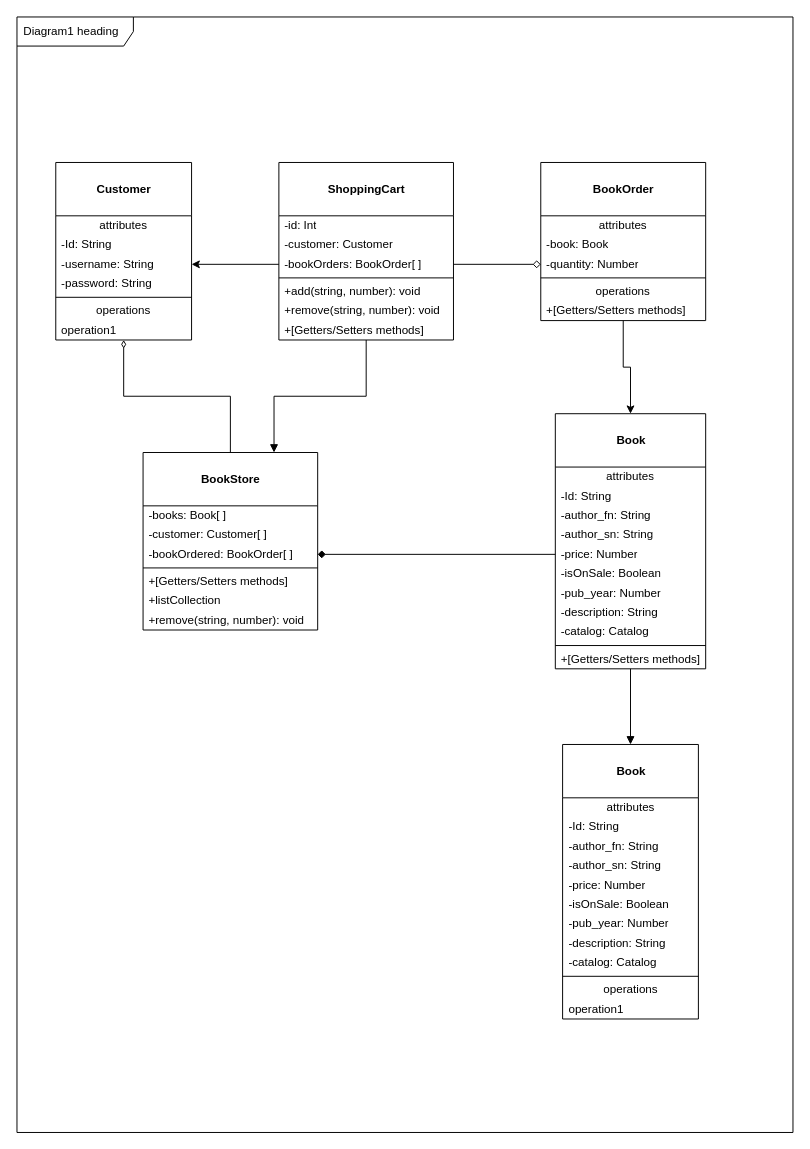
The draw.io diagram page "Class Diagram" (3 of 3) of assignment_01/assignment_01.drawio in DrZIn-dev/SAD-Assignments, before the edit. Source tidied: cells renumbered, new cells numbered last; positions are measured from the earlier drawing's top-left corner, leaving out a move shared by most shapes. Both pictures are drawn from the tidied source at 97%, with x=0, y=0 at pixel (16, 16).
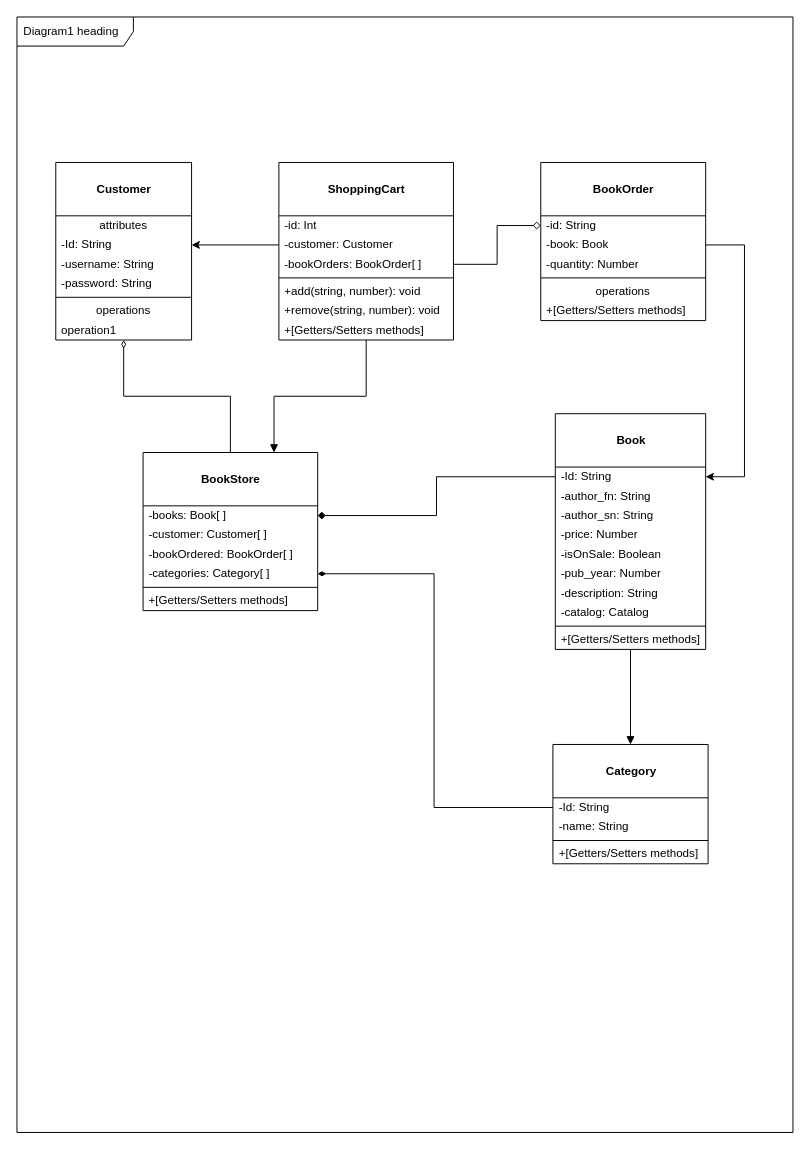
Above is the later version.

Commit message:
Update: er and use case diagram

The change refers to these unchanged cells:
```xml
<mxCell id="5" value="-Id: String" style="text;html=1;strokeColor=none;fillColor=none;align=left;verticalAlign=middle;spacingLeft=4;spacingRight=4;overflow=hidden;points=[[0,0.5],[1,0.5]];portConstraint=eastwest;" parent="3" vertex="1">
  <mxGeometry y="75" width="140" height="20" as="geometry" />
</mxCell>
<mxCell id="6" value="-username: String" style="text;html=1;strokeColor=none;fillColor=none;align=left;verticalAlign=middle;spacingLeft=4;spacingRight=4;overflow=hidden;points=[[0,0.5],[1,0.5]];portConstraint=eastwest;" parent="3" vertex="1">
  <mxGeometry y="95" width="140" height="20" as="geometry" />
</mxCell>
<mxCell id="25" value="&lt;b&gt;&lt;br&gt;BookOrder&lt;/b&gt;" style="swimlane;fontStyle=0;align=center;verticalAlign=top;horizontal=1;startSize=55;html=1;" parent="1" vertex="1">
  <mxGeometry x="540" y="150" width="170" height="163" as="geometry" />
</mxCell>
<mxCell id="27" value="-book: Book" style="text;html=1;strokeColor=none;fillColor=none;align=left;verticalAlign=middle;spacingLeft=4;spacingRight=4;overflow=hidden;points=[[0,0.5],[1,0.5]];portConstraint=eastwest;" parent="25" vertex="1">
  <mxGeometry y="75" width="170" height="20" as="geometry" />
</mxCell>
<mxCell id="28" value="-quantity: Number" style="text;html=1;strokeColor=none;fillColor=none;align=left;verticalAlign=middle;spacingLeft=4;spacingRight=4;overflow=hidden;points=[[0,0.5],[1,0.5]];portConstraint=eastwest;" parent="25" vertex="1">
  <mxGeometry y="95" width="170" height="20" as="geometry" />
</mxCell>
<mxCell id="35" value="-customer: Customer" style="text;html=1;strokeColor=none;fillColor=none;align=left;verticalAlign=middle;spacingLeft=4;spacingRight=4;overflow=hidden;points=[[0,0.5],[1,0.5]];portConstraint=eastwest;" parent="33" vertex="1">
  <mxGeometry y="75" width="180" height="20" as="geometry" />
</mxCell>
<mxCell id="36" value="-bookOrders: BookOrder[ ]" style="text;html=1;strokeColor=none;fillColor=none;align=left;verticalAlign=middle;spacingLeft=4;spacingRight=4;overflow=hidden;points=[[0,0.5],[1,0.5]];portConstraint=eastwest;" parent="33" vertex="1">
  <mxGeometry y="95" width="180" height="20" as="geometry" />
</mxCell>
<mxCell id="45" value="-books: Book[ ]" style="text;html=1;strokeColor=none;fillColor=none;align=left;verticalAlign=middle;spacingLeft=4;spacingRight=4;overflow=hidden;points=[[0,0.5],[1,0.5]];portConstraint=eastwest;" parent="44" vertex="1">
  <mxGeometry y="55" width="180" height="20" as="geometry" />
</mxCell>
<mxCell id="47" value="-bookOrdered: BookOrder[ ]" style="text;html=1;strokeColor=none;fillColor=none;align=left;verticalAlign=middle;spacingLeft=4;spacingRight=4;overflow=hidden;points=[[0,0.5],[1,0.5]];portConstraint=eastwest;" parent="44" vertex="1">
  <mxGeometry y="95" width="180" height="20" as="geometry" />
</mxCell>
```

Diff of the diagram source:
```diff
@@
     <mxCell id="12" value="&lt;b&gt;&lt;br&gt;Book&lt;/b&gt;" style="swimlane;fontStyle=0;align=center;verticalAlign=top;horizontal=1;startSize=55;html=1;" parent="1" vertex="1">
-      <mxGeometry x="555" y="409" width="155" height="263" as="geometry" />
+      <mxGeometry x="555" y="409" width="155" height="243" as="geometry" />
     </mxCell>
-    <mxCell id="13" value="attributes" style="text;html=1;strokeColor=none;fillColor=none;align=center;verticalAlign=middle;spacingLeft=4;spacingRight=4;overflow=hidden;" parent="12" vertex="1">
-      <mxGeometry y="55" width="155" height="20" as="geometry" />
-    </mxCell>
     <mxCell id="14" value="-Id: String" style="text;html=1;strokeColor=none;fillColor=none;align=left;verticalAlign=middle;spacingLeft=4;spacingRight=4;overflow=hidden;points=[[0,0.5],[1,0.5]];portConstraint=eastwest;" parent="12" vertex="1">
-      <mxGeometry y="75" width="155" height="20" as="geometry" />
+      <mxGeometry y="55" width="155" height="20" as="geometry" />
     </mxCell>
     <mxCell id="15" value="-author_fn: String" style="text;html=1;strokeColor=none;fillColor=none;align=left;verticalAlign=middle;spacingLeft=4;spacingRight=4;overflow=hidden;" parent="12" vertex="1">
-      <mxGeometry y="95" width="155" height="20" as="geometry" />
+      <mxGeometry y="75" width="155" height="20" as="geometry" />
     </mxCell>
     <mxCell id="16" value="-author_sn: String" style="text;html=1;strokeColor=none;fillColor=none;align=left;verticalAlign=middle;spacingLeft=4;spacingRight=4;overflow=hidden;" parent="12" vertex="1">
-      <mxGeometry y="115" width="155" height="20" as="geometry" />
+      <mxGeometry y="95" width="155" height="20" as="geometry" />
     </mxCell>
     <mxCell id="17" value="-price: Number" style="text;html=1;strokeColor=none;fillColor=none;align=left;verticalAlign=middle;spacingLeft=4;spacingRight=4;overflow=hidden;points=[[0,0.5],[1,0.5]];portConstraint=eastwest;" parent="12" vertex="1">
-      <mxGeometry y="135" width="155" height="20" as="geometry" />
+      <mxGeometry y="115" width="155" height="20" as="geometry" />
     </mxCell>
     <mxCell id="18" value="-isOnSale: Boolean" style="text;html=1;strokeColor=none;fillColor=none;align=left;verticalAlign=middle;spacingLeft=4;spacingRight=4;overflow=hidden;" parent="12" vertex="1">
-      <mxGeometry y="155" width="155" height="20" as="geometry" />
+      <mxGeometry y="135" width="155" height="20" as="geometry" />
     </mxCell>
     <mxCell id="19" value="-pub_year: Number" style="text;html=1;strokeColor=none;fillColor=none;align=left;verticalAlign=middle;spacingLeft=4;spacingRight=4;overflow=hidden;" parent="12" vertex="1">
-      <mxGeometry y="175" width="155" height="20" as="geometry" />
+      <mxGeometry y="155" width="155" height="20" as="geometry" />
     </mxCell>
     <mxCell id="20" value="-description: String" style="text;html=1;strokeColor=none;fillColor=none;align=left;verticalAlign=middle;spacingLeft=4;spacingRight=4;overflow=hidden;" parent="12" vertex="1">
-      <mxGeometry y="195" width="155" height="20" as="geometry" />
+      <mxGeometry y="175" width="155" height="20" as="geometry" />
     </mxCell>
     <mxCell id="21" value="-catalog: Catalog" style="text;html=1;strokeColor=none;fillColor=none;align=left;verticalAlign=middle;spacingLeft=4;spacingRight=4;overflow=hidden;" parent="12" vertex="1">
-      <mxGeometry y="215" width="155" height="20" as="geometry" />
+      <mxGeometry y="195" width="155" height="20" as="geometry" />
     </mxCell>
     <mxCell id="22" style="line;strokeWidth=1;fillColor=none;align=left;verticalAlign=middle;spacingTop=-1;spacingLeft=3;spacingRight=3;labelPosition=right;" parent="12" vertex="1">
-      <mxGeometry y="235" width="155" height="8" as="geometry" />
+      <mxGeometry y="215" width="155" height="8" as="geometry" />
     </mxCell>
     <mxCell id="23" value="+[Getters/Setters methods]" style="text;html=1;strokeColor=none;fillColor=none;align=left;verticalAlign=middle;spacingLeft=4;spacingRight=4;overflow=hidden;" parent="12" vertex="1">
-      <mxGeometry y="243" width="155" height="20" as="geometry" />
+      <mxGeometry y="223" width="155" height="20" as="geometry" />
     </mxCell>
-    <mxCell id="24" style="edgeStyle=orthogonalEdgeStyle;rounded=0;jettySize=auto;html=1;" parent="1" edge="1" source="25" target="12">
-      <mxGeometry relative="1" as="geometry" />
+    <mxCell id="24" style="edgeStyle=orthogonalEdgeStyle;rounded=0;jettySize=auto;html=1;exitX=1;exitY=0.5;exitDx=0;exitDy=0;entryX=1;entryY=0.5;entryDx=0;entryDy=0;" parent="1" edge="1" source="27" target="14">
+      <mxGeometry relative="1" as="geometry">
+        <Array as="points">
+          <mxPoint x="750" y="235" />
+          <mxPoint x="750" y="474" />
+        </Array>
+      </mxGeometry>
     </mxCell>
@@
-    <mxCell id="26" value="attributes" style="text;html=1;strokeColor=none;fillColor=none;align=center;verticalAlign=middle;spacingLeft=4;spacingRight=4;overflow=hidden;" parent="25" vertex="1">
-      <mxGeometry y="55" width="170" height="20" as="geometry" />
-    </mxCell>
+    <mxCell id="66" value="-id: String" style="text;html=1;strokeColor=none;fillColor=none;align=left;verticalAlign=middle;spacingLeft=4;spacingRight=4;overflow=hidden;points=[[0,0.5],[1,0.5]];portConstraint=eastwest;" parent="25" vertex="1">
+      <mxGeometry y="55" width="170" height="20" as="geometry" />
+    </mxCell>
@@
-    <mxCell id="41" style="edgeStyle=orthogonalEdgeStyle;rounded=0;jettySize=auto;html=1;exitX=0;exitY=0.5;exitDx=0;exitDy=0;entryX=1;entryY=0.5;entryDx=0;entryDy=0;" parent="1" edge="1" source="36" target="6">
+    <mxCell id="41" style="edgeStyle=orthogonalEdgeStyle;rounded=0;jettySize=auto;html=1;exitX=0;exitY=0.5;exitDx=0;exitDy=0;entryX=1;entryY=0.5;entryDx=0;entryDy=0;" parent="1" edge="1" source="35" target="5">
       <mxGeometry relative="1" as="geometry" />
     </mxCell>
-    <mxCell id="42" style="edgeStyle=orthogonalEdgeStyle;rounded=0;jettySize=auto;html=1;exitX=1;exitY=0.5;exitDx=0;exitDy=0;entryX=0;entryY=0.5;entryDx=0;entryDy=0;endArrow=diamond;endFill=0;" parent="1" edge="1" source="36" target="28">
+    <mxCell id="42" style="edgeStyle=orthogonalEdgeStyle;rounded=0;jettySize=auto;html=1;exitX=1;exitY=0.5;exitDx=0;exitDy=0;entryX=0;entryY=0.5;entryDx=0;entryDy=0;endArrow=diamond;endFill=0;" parent="1" edge="1" source="36" target="66">
       <mxGeometry relative="1" as="geometry" />
     </mxCell>
@@
     <mxCell id="44" value="&lt;b&gt;&lt;br&gt;BookStore&lt;/b&gt;" style="swimlane;fontStyle=0;align=center;verticalAlign=top;horizontal=1;startSize=55;html=1;" parent="1" vertex="1">
-      <mxGeometry x="130" y="449" width="180" height="183" as="geometry" />
+      <mxGeometry x="130" y="449" width="180" height="163" as="geometry" />
     </mxCell>
@@
+    <mxCell id="67" value="-categories: Category[ ]" style="text;html=1;strokeColor=none;fillColor=none;align=left;verticalAlign=middle;spacingLeft=4;spacingRight=4;overflow=hidden;points=[[0,0.5],[1,0.5]];portConstraint=eastwest;" parent="44" vertex="1">
+      <mxGeometry y="115" width="180" height="20" as="geometry" />
+    </mxCell>
     <mxCell id="48" style="line;strokeWidth=1;fillColor=none;align=left;verticalAlign=middle;spacingTop=-1;spacingLeft=3;spacingRight=3;labelPosition=right;" parent="44" vertex="1">
-      <mxGeometry y="115" width="180" height="8" as="geometry" />
+      <mxGeometry y="135" width="180" height="8" as="geometry" />
     </mxCell>
     <mxCell id="49" value="+[Getters/Setters methods]" style="text;html=1;strokeColor=none;fillColor=none;align=left;verticalAlign=middle;spacingLeft=4;spacingRight=4;overflow=hidden;" parent="44" vertex="1">
-      <mxGeometry y="123" width="180" height="20" as="geometry" />
+      <mxGeometry y="143" width="180" height="20" as="geometry" />
     </mxCell>
-    <mxCell id="50" value="+listCollection" style="text;html=1;strokeColor=none;fillColor=none;align=left;verticalAlign=middle;spacingLeft=4;spacingRight=4;overflow=hidden;" parent="44" vertex="1">
-      <mxGeometry y="143" width="180" height="20" as="geometry" />
-    </mxCell>
-    <mxCell id="51" value="+remove(string, number): void" style="text;html=1;strokeColor=none;fillColor=none;align=left;verticalAlign=middle;spacingLeft=4;spacingRight=4;overflow=hidden;" parent="44" vertex="1">
-      <mxGeometry y="163" width="180" height="20" as="geometry" />
-    </mxCell>
-    <mxCell id="52" style="edgeStyle=orthogonalEdgeStyle;rounded=0;jettySize=auto;html=1;exitX=0;exitY=0.5;exitDx=0;exitDy=0;entryX=1;entryY=0.5;entryDx=0;entryDy=0;endArrow=diamond;endFill=1;" parent="1" edge="1" source="17" target="47">
+    <mxCell id="52" style="edgeStyle=orthogonalEdgeStyle;rounded=0;jettySize=auto;html=1;exitX=0;exitY=0.5;exitDx=0;exitDy=0;entryX=1;entryY=0.5;entryDx=0;entryDy=0;endArrow=diamond;endFill=1;" parent="1" edge="1" source="14" target="45">
       <mxGeometry relative="1" as="geometry" />
     </mxCell>
+    <mxCell id="68" style="edgeStyle=orthogonalEdgeStyle;rounded=0;jettySize=auto;html=1;entryX=1;entryY=0.5;entryDx=0;entryDy=0;endArrow=diamondThin;endFill=1;exitX=0;exitY=0.5;exitDx=0;exitDy=0;" parent="1" edge="1" target="67">
+      <mxGeometry relative="1" as="geometry">
+        <mxPoint x="552.5" y="815" as="sourcePoint" />
+        <Array as="points">
+          <mxPoint x="430" y="815" />
+          <mxPoint x="430" y="574" />
+        </Array>
+      </mxGeometry>
+    </mxCell>
-    <mxCell id="53" value="&lt;b&gt;&lt;br&gt;Book&lt;/b&gt;" style="swimlane;fontStyle=0;align=center;verticalAlign=top;horizontal=1;startSize=55;html=1;" parent="1" vertex="1">
-      <mxGeometry x="562.5" y="750" width="140" height="283" as="geometry" />
+    <mxCell id="53" value="&lt;b&gt;&lt;br&gt;Category&lt;/b&gt;" style="swimlane;fontStyle=0;align=center;verticalAlign=top;horizontal=1;startSize=55;html=1;" parent="1" vertex="1">
+      <mxGeometry x="552.5" y="750" width="160" height="123" as="geometry" />
     </mxCell>
-    <mxCell id="54" value="attributes" style="text;html=1;strokeColor=none;fillColor=none;align=center;verticalAlign=middle;spacingLeft=4;spacingRight=4;overflow=hidden;" parent="53" vertex="1">
-      <mxGeometry y="55" width="140" height="20" as="geometry" />
-    </mxCell>
     <mxCell id="55" value="-Id: String" style="text;html=1;strokeColor=none;fillColor=none;align=left;verticalAlign=middle;spacingLeft=4;spacingRight=4;overflow=hidden;" parent="53" vertex="1">
-      <mxGeometry y="75" width="140" height="20" as="geometry" />
+      <mxGeometry y="55" width="160" height="20" as="geometry" />
     </mxCell>
-    <mxCell id="56" value="-author_fn: String" style="text;html=1;strokeColor=none;fillColor=none;align=left;verticalAlign=middle;spacingLeft=4;spacingRight=4;overflow=hidden;" parent="53" vertex="1">
-      <mxGeometry y="95" width="140" height="20" as="geometry" />
+    <mxCell id="56" value="-name: String" style="text;html=1;strokeColor=none;fillColor=none;align=left;verticalAlign=middle;spacingLeft=4;spacingRight=4;overflow=hidden;" parent="53" vertex="1">
+      <mxGeometry y="75" width="160" height="20" as="geometry" />
     </mxCell>
-    <mxCell id="57" value="-author_sn: String" style="text;html=1;strokeColor=none;fillColor=none;align=left;verticalAlign=middle;spacingLeft=4;spacingRight=4;overflow=hidden;" parent="53" vertex="1">
-      <mxGeometry y="115" width="140" height="20" as="geometry" />
-    </mxCell>
-    <mxCell id="58" value="-price: Number" style="text;html=1;strokeColor=none;fillColor=none;align=left;verticalAlign=middle;spacingLeft=4;spacingRight=4;overflow=hidden;" parent="53" vertex="1">
-      <mxGeometry y="135" width="140" height="20" as="geometry" />
-    </mxCell>
-    <mxCell id="59" value="-isOnSale: Boolean" style="text;html=1;strokeColor=none;fillColor=none;align=left;verticalAlign=middle;spacingLeft=4;spacingRight=4;overflow=hidden;" parent="53" vertex="1">
-      <mxGeometry y="155" width="140" height="20" as="geometry" />
-    </mxCell>
-    <mxCell id="60" value="-pub_year: Number" style="text;html=1;strokeColor=none;fillColor=none;align=left;verticalAlign=middle;spacingLeft=4;spacingRight=4;overflow=hidden;" parent="53" vertex="1">
-      <mxGeometry y="175" width="140" height="20" as="geometry" />
-    </mxCell>
-    <mxCell id="61" value="-description: String" style="text;html=1;strokeColor=none;fillColor=none;align=left;verticalAlign=middle;spacingLeft=4;spacingRight=4;overflow=hidden;" parent="53" vertex="1">
-      <mxGeometry y="195" width="140" height="20" as="geometry" />
-    </mxCell>
-    <mxCell id="62" value="-catalog: Catalog" style="text;html=1;strokeColor=none;fillColor=none;align=left;verticalAlign=middle;spacingLeft=4;spacingRight=4;overflow=hidden;" parent="53" vertex="1">
-      <mxGeometry y="215" width="140" height="20" as="geometry" />
-    </mxCell>
     <mxCell id="63" style="line;strokeWidth=1;fillColor=none;align=left;verticalAlign=middle;spacingTop=-1;spacingLeft=3;spacingRight=3;labelPosition=right;" parent="53" vertex="1">
-      <mxGeometry y="235" width="140" height="8" as="geometry" />
+      <mxGeometry y="95" width="160" height="8" as="geometry" />
     </mxCell>
-    <mxCell id="64" value="operations" style="text;html=1;strokeColor=none;fillColor=none;align=center;verticalAlign=middle;spacingLeft=4;spacingRight=4;overflow=hidden;" parent="53" vertex="1">
-      <mxGeometry y="243" width="140" height="20" as="geometry" />
-    </mxCell>
-    <mxCell id="65" value="operation1" style="text;html=1;strokeColor=none;fillColor=none;align=left;verticalAlign=middle;spacingLeft=4;spacingRight=4;overflow=hidden;" parent="53" vertex="1">
-      <mxGeometry y="263" width="140" height="20" as="geometry" />
+    <mxCell id="65" value="+[Getters/Setters methods]" style="text;html=1;strokeColor=none;fillColor=none;align=left;verticalAlign=middle;spacingLeft=4;spacingRight=4;overflow=hidden;" parent="53" vertex="1">
+      <mxGeometry y="103" width="160" height="20" as="geometry" />
     </mxCell>
```
